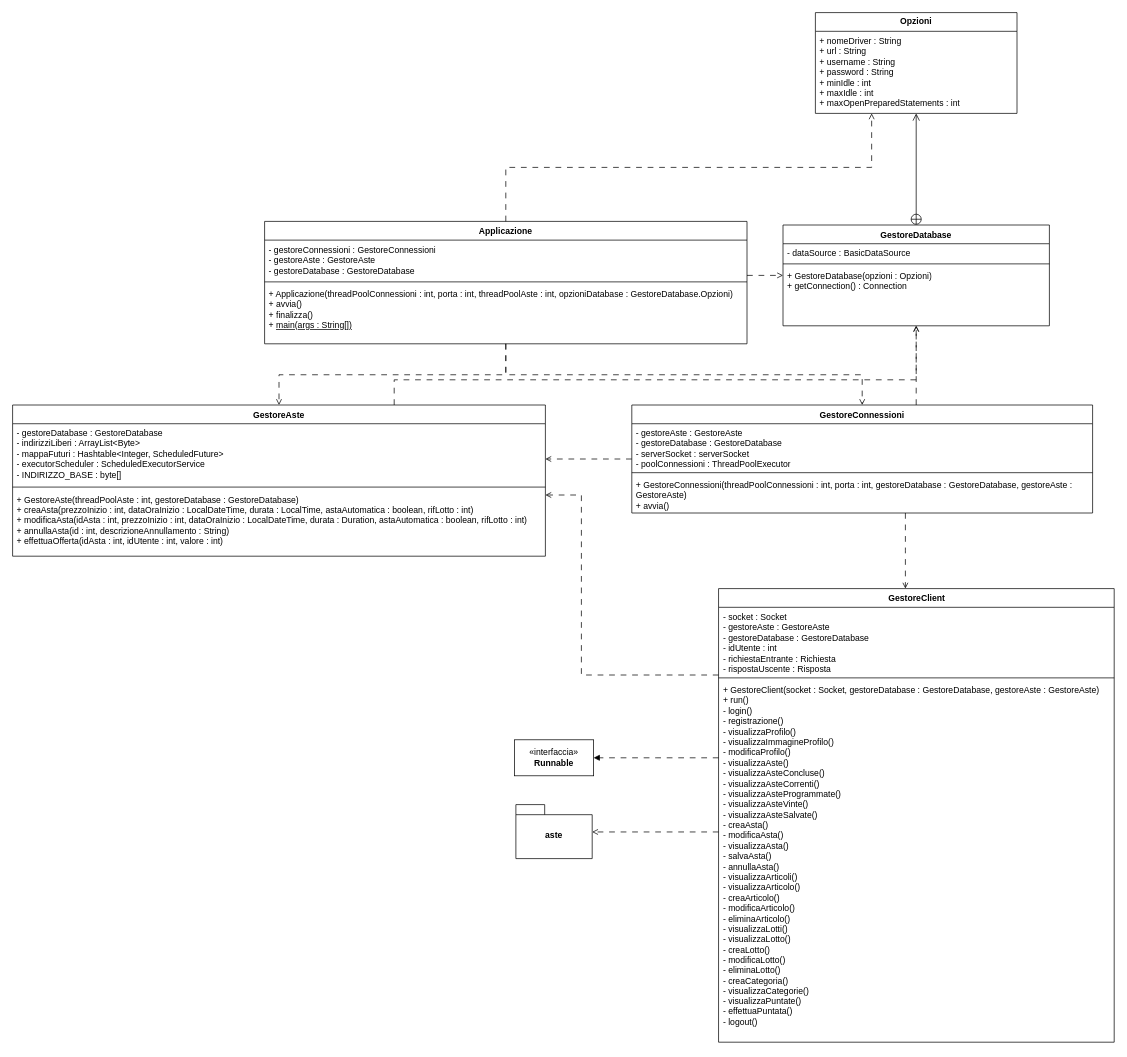
Earlier version of the draw.io diagram documenti/DC-Server.drawio (Chaos-Rat/GAO). Source tidied: cells renumbered, new cells numbered last; positions are measured from the earlier drawing's top-left corner, leaving out a move shared by most shapes. Both pictures are drawn from the tidied source at 72%, with x=0, y=0 at pixel (12, 12).
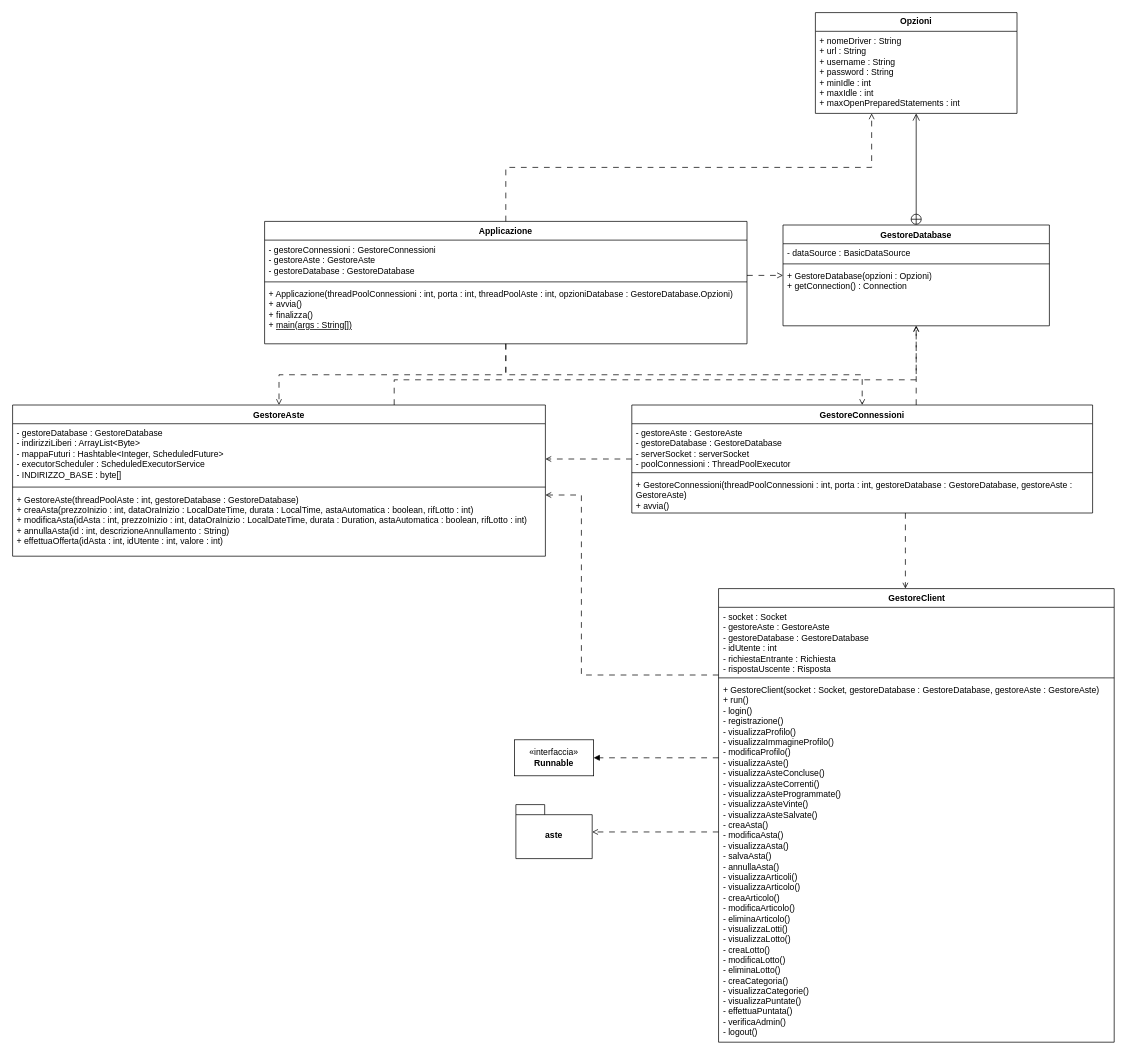
The same page after the edit.

Commit message (it also covers changes not shown here):
Aggiunta funzione verificaAdmin

Unchanged cells that the change refers to:
```xml
<mxCell id="11" value="GestoreClient" style="swimlane;fontStyle=1;align=center;verticalAlign=top;horizontal=1;startSize=26;whiteSpace=wrap;html=1;" parent="1" vertex="1">
  <mxGeometry x="980.5" y="800" width="549.5" height="630" as="geometry" />
</mxCell>
```

Change to the diagram source:
```diff
@@
-    <mxCell id="14" value="&lt;div&gt;+ GestoreClient(socket : Socket, gestoreDatabase : GestoreDatabase, gestoreAste : GestoreAste)&lt;/div&gt;&lt;div&gt;+ run()&lt;/div&gt;&lt;div&gt;- login()&lt;/div&gt;&lt;div&gt;- registrazione()&lt;/div&gt;&lt;div&gt;- visualizzaProfilo()&lt;/div&gt;&lt;div&gt;- visualizzaImmagineProfilo()&lt;/div&gt;&lt;div&gt;- modificaProfilo()&lt;/div&gt;&lt;div&gt;- visualizzaAste()&lt;/div&gt;&lt;div&gt;- visualizzaAsteConcluse()&lt;/div&gt;&lt;div&gt;- visualizzaAsteCorrenti()&lt;/div&gt;&lt;div&gt;- visualizzaAsteProgrammate()&lt;/div&gt;&lt;div&gt;- visualizzaAsteVinte()&lt;/div&gt;&lt;div&gt;- visualizzaAsteSalvate()&lt;/div&gt;&lt;div&gt;- creaAsta()&lt;/div&gt;&lt;div&gt;- modificaAsta()&lt;/div&gt;&lt;div&gt;- visualizzaAsta()&lt;br&gt;&lt;/div&gt;&lt;div&gt;- salvaAsta()&lt;br&gt;&lt;/div&gt;&lt;div&gt;- annullaAsta()&lt;/div&gt;&lt;div&gt;- visualizzaArticoli()&lt;/div&gt;&lt;div&gt;- visualizzaArticolo()&lt;/div&gt;&lt;div&gt;- creaArticolo()&lt;/div&gt;&lt;div&gt;- modificaArticolo()&lt;/div&gt;&lt;div&gt;- eliminaArticolo()&lt;/div&gt;&lt;div&gt;- visualizzaLotti()&lt;/div&gt;&lt;div&gt;- visualizzaLotto()&lt;/div&gt;&lt;div&gt;- creaLotto()&lt;/div&gt;&lt;div&gt;- modificaLotto()&lt;/div&gt;&lt;div&gt;- eliminaLotto()&lt;/div&gt;&lt;div&gt;- creaCategoria()&lt;/div&gt;&lt;div&gt;- visualizzaCategorie()&lt;/div&gt;&lt;div&gt;- visualizzaPuntate()&lt;/div&gt;&lt;div&gt;- effettuaPuntata()&lt;br&gt;&lt;/div&gt;&lt;div&gt;- logout()&lt;/div&gt;" style="text;strokeColor=none;fillColor=none;align=left;verticalAlign=top;spacingLeft=4;spacingRight=4;overflow=hidden;whiteSpace=wrap;html=1;" parent="11" vertex="1">
+    <mxCell id="14" value="&lt;div&gt;+ GestoreClient(socket : Socket, gestoreDatabase : GestoreDatabase, gestoreAste : GestoreAste)&lt;/div&gt;&lt;div&gt;+ run()&lt;/div&gt;&lt;div&gt;- login()&lt;/div&gt;&lt;div&gt;- registrazione()&lt;/div&gt;&lt;div&gt;- visualizzaProfilo()&lt;/div&gt;&lt;div&gt;- visualizzaImmagineProfilo()&lt;/div&gt;&lt;div&gt;- modificaProfilo()&lt;/div&gt;&lt;div&gt;- visualizzaAste()&lt;/div&gt;&lt;div&gt;- visualizzaAsteConcluse()&lt;/div&gt;&lt;div&gt;- visualizzaAsteCorrenti()&lt;/div&gt;&lt;div&gt;- visualizzaAsteProgrammate()&lt;/div&gt;&lt;div&gt;- visualizzaAsteVinte()&lt;/div&gt;&lt;div&gt;- visualizzaAsteSalvate()&lt;/div&gt;&lt;div&gt;- creaAsta()&lt;/div&gt;&lt;div&gt;- modificaAsta()&lt;/div&gt;&lt;div&gt;- visualizzaAsta()&lt;br&gt;&lt;/div&gt;&lt;div&gt;- salvaAsta()&lt;br&gt;&lt;/div&gt;&lt;div&gt;- annullaAsta()&lt;/div&gt;&lt;div&gt;- visualizzaArticoli()&lt;/div&gt;&lt;div&gt;- visualizzaArticolo()&lt;/div&gt;&lt;div&gt;- creaArticolo()&lt;/div&gt;&lt;div&gt;- modificaArticolo()&lt;/div&gt;&lt;div&gt;- eliminaArticolo()&lt;/div&gt;&lt;div&gt;- visualizzaLotti()&lt;/div&gt;&lt;div&gt;- visualizzaLotto()&lt;/div&gt;&lt;div&gt;- creaLotto()&lt;/div&gt;&lt;div&gt;- modificaLotto()&lt;/div&gt;&lt;div&gt;- eliminaLotto()&lt;/div&gt;&lt;div&gt;- creaCategoria()&lt;/div&gt;&lt;div&gt;- visualizzaCategorie()&lt;/div&gt;&lt;div&gt;- visualizzaPuntate()&lt;/div&gt;&lt;div&gt;- effettuaPuntata()&lt;br&gt;&lt;/div&gt;&lt;div&gt;- verificaAdmin()&lt;/div&gt;&lt;div&gt;- logout()&lt;/div&gt;" style="text;strokeColor=none;fillColor=none;align=left;verticalAlign=top;spacingLeft=4;spacingRight=4;overflow=hidden;whiteSpace=wrap;html=1;" parent="11" vertex="1">
       <mxGeometry y="128" width="549.5" height="502" as="geometry" />
     </mxCell>
```
